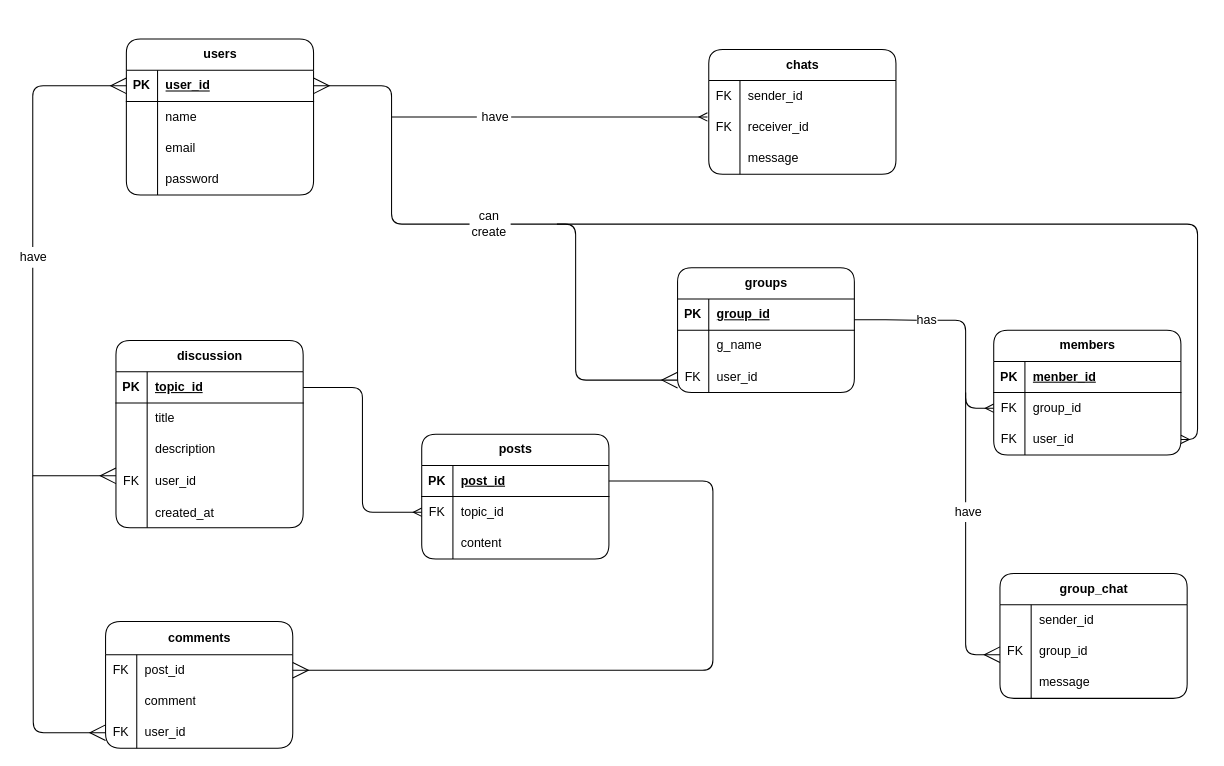
This is page "Page-2" (2 of 3) of Er.drawio from chetan-v/check, a draw.io file, before an edit. Source tidied: cells renumbered, new cells numbered last; positions are measured from the earlier drawing's top-left corner, leaving out a move shared by most shapes. Both pictures are drawn from the tidied source at 104%, with x=0, y=0 at pixel (32, 38).
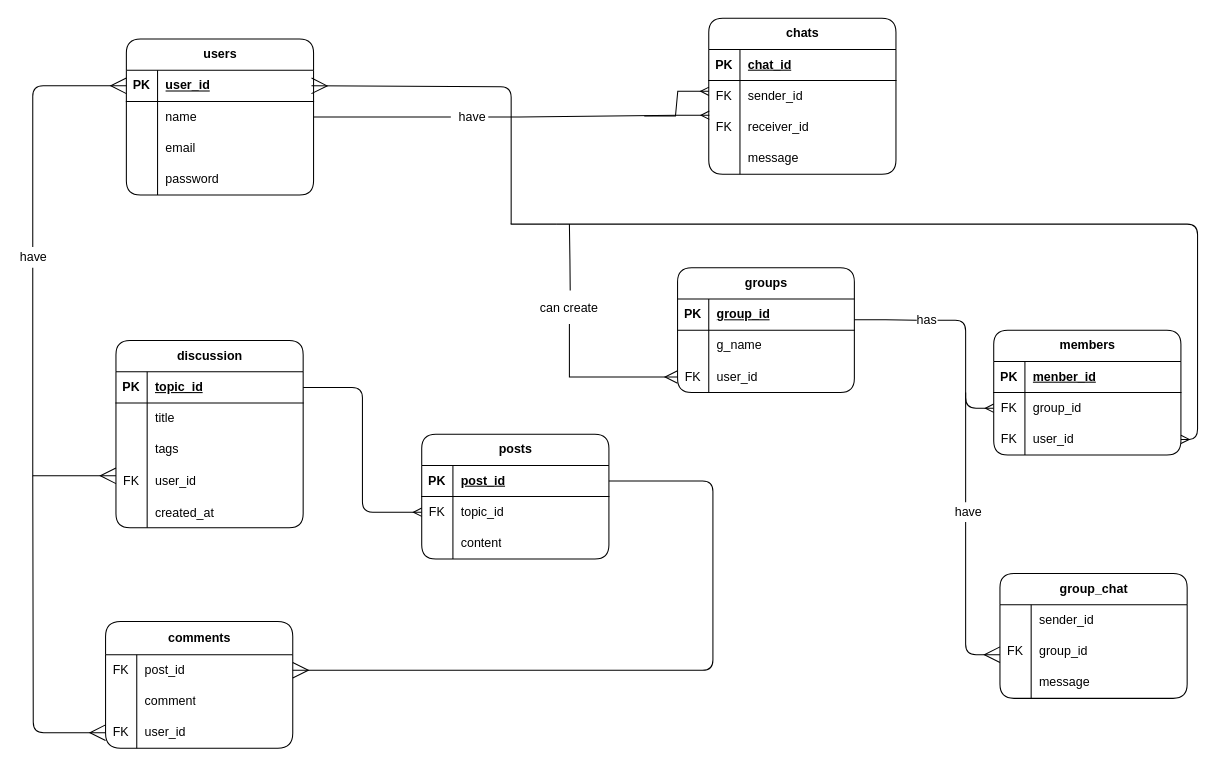
Above is the later version.

The change refers to these unchanged cells:
```xml
<mxCell id="3" style="shape=tableRow;horizontal=0;startSize=0;swimlaneHead=0;swimlaneBody=0;fillColor=none;points=[[0,0.5],[1,0.5]];portConstraint=eastwest;top=0;left=0;right=0;bottom=1;" parent="2" vertex="1">
  <mxGeometry y="30" width="180" height="30" as="geometry" />
</mxCell>
<mxCell id="6" style="shape=tableRow;horizontal=0;startSize=0;swimlaneHead=0;swimlaneBody=0;fillColor=none;points=[[0,0.5],[1,0.5]];portConstraint=eastwest;top=0;left=0;right=0;bottom=0;" parent="2" vertex="1">
  <mxGeometry y="60" width="180" height="30" as="geometry" />
</mxCell>
<mxCell id="52" style="shape=tableRow;horizontal=0;startSize=0;swimlaneHead=0;swimlaneBody=0;fillColor=none;points=[[0,0.5],[1,0.5]];portConstraint=eastwest;top=0;left=0;right=0;bottom=0;" parent="45" vertex="1">
  <mxGeometry y="90" width="170" height="30" as="geometry" />
</mxCell>
<mxCell id="64" style="shape=tableRow;horizontal=0;startSize=0;swimlaneHead=0;swimlaneBody=0;fillColor=none;top=0;left=0;right=0;bottom=0;" parent="57" vertex="1">
  <mxGeometry y="90" width="180" height="30" as="geometry" />
</mxCell>
```

Diff of the diagram source:
```diff
@@
     <mxCell id="15" value="chats" style="shape=table;startSize=30;childLayout=tableLayout;rowLines=0;fontStyle=1;align=center;html=1;rounded=1;swimlaneLine=1;shadow=0;" parent="1" vertex="1">
-      <mxGeometry x="650" y="10" width="180" height="120" as="geometry" />
+      <mxGeometry x="650" y="-20" width="180" height="150" as="geometry" />
     </mxCell>
+    <mxCell id="111" style="shape=tableRow;horizontal=0;startSize=0;swimlaneHead=0;swimlaneBody=0;fillColor=none;top=0;left=0;right=0;bottom=1;" parent="15" vertex="1">
+      <mxGeometry y="30" width="180" height="30" as="geometry" />
+    </mxCell>
+    <mxCell id="112" value="PK" style="shape=partialRectangle;fillColor=none;top=0;left=0;bottom=0;right=0;fontStyle=1;overflow=hidden;whiteSpace=wrap;html=1;" parent="111" vertex="1">
+      <mxGeometry width="30" height="30" as="geometry" />
+    </mxCell>
+    <mxCell id="113" value="chat_id" style="shape=partialRectangle;fillColor=none;top=0;left=0;bottom=0;right=0;align=left;spacingLeft=6;fontStyle=5;overflow=hidden;whiteSpace=wrap;html=1;" parent="111" vertex="1">
+      <mxGeometry x="30" width="150" height="30" as="geometry" />
+    </mxCell>
     <mxCell id="16" style="shape=tableRow;horizontal=0;startSize=0;swimlaneHead=0;swimlaneBody=0;fillColor=none;top=0;left=0;right=0;bottom=0;" parent="15" vertex="1">
-      <mxGeometry y="30" width="180" height="30" as="geometry" />
+      <mxGeometry y="60" width="180" height="30" as="geometry" />
     </mxCell>
@@
     <mxCell id="19" style="shape=tableRow;horizontal=0;startSize=0;swimlaneHead=0;swimlaneBody=0;fillColor=none;points=[[0,0.5],[1,0.5]];portConstraint=eastwest;top=0;left=0;right=0;bottom=0;" parent="15" vertex="1">
-      <mxGeometry y="60" width="180" height="30" as="geometry" />
+      <mxGeometry y="90" width="180" height="30" as="geometry" />
     </mxCell>
@@
     <mxCell id="22" style="shape=tableRow;horizontal=0;startSize=0;swimlaneHead=0;swimlaneBody=0;fillColor=none;top=0;left=0;right=0;bottom=0;" parent="15" vertex="1">
-      <mxGeometry y="90" width="180" height="30" as="geometry" />
+      <mxGeometry y="120" width="180" height="30" as="geometry" />
     </mxCell>
@@
-    <mxCell id="55" style="fontSize=12;html=1;endArrow=ERmany;rounded=1;endFill=0;exitX=1;exitY=0.5;exitDx=0;exitDy=0;endSize=13;startArrow=none;startFill=0;startSize=13;" parent="1" edge="1">
-      <mxGeometry relative="1" as="geometry">
-        <mxPoint x="459.5" y="178" as="sourcePoint" />
-        <mxPoint x="620" y="328" as="targetPoint" />
-        <Array as="points">
-          <mxPoint x="522" y="178" />
-          <mxPoint x="522" y="328" />
-        </Array>
-      </mxGeometry>
-    </mxCell>
@@
-    <mxCell id="66" value="description" style="shape=partialRectangle;fillColor=none;top=0;left=0;bottom=0;right=0;align=left;spacingLeft=6;overflow=hidden;whiteSpace=wrap;html=1;" parent="64" vertex="1">
+    <mxCell id="66" value="tags" style="shape=partialRectangle;fillColor=none;top=0;left=0;bottom=0;right=0;align=left;spacingLeft=6;overflow=hidden;whiteSpace=wrap;html=1;" parent="64" vertex="1">
       <mxGeometry x="30" width="150" height="30" as="geometry" />
     </mxCell>
@@
-    <mxCell id="78" style="edgeStyle=entityRelationEdgeStyle;fontSize=12;html=1;endArrow=ERmany;rounded=0;exitX=1;exitY=0.5;exitDx=0;exitDy=0;entryX=-0.007;entryY=0.165;entryDx=0;entryDy=0;entryPerimeter=0;" parent="1" edge="1" source="80" target="19">
+    <mxCell id="78" style="edgeStyle=entityRelationEdgeStyle;fontSize=12;html=1;endArrow=ERmany;rounded=0;exitX=1;exitY=0.5;exitDx=0;exitDy=0;entryX=0.003;entryY=0.11;entryDx=0;entryDy=0;entryPerimeter=0;" parent="1" edge="1" source="80" target="19">
       <mxGeometry relative="1" as="geometry" />
     </mxCell>
-    <mxCell id="79" style="fontSize=12;html=1;endArrow=none;rounded=0;entryX=0;entryY=0.5;entryDx=0;entryDy=0;endFill=0;" parent="1" edge="1">
+    <mxCell id="79" style="fontSize=12;html=1;endArrow=none;rounded=0;endFill=0;exitX=1;exitY=0.5;exitDx=0;exitDy=0;" parent="1" edge="1" source="6">
       <mxGeometry relative="1" as="geometry">
-        <mxPoint x="345" y="75" as="sourcePoint" />
-        <mxPoint x="427" y="75" as="targetPoint" />
+        <mxPoint x="402" y="75" as="targetPoint" />
       </mxGeometry>
     </mxCell>
     <mxCell id="80" value="have" style="text;html=1;strokeColor=none;fillColor=none;align=center;verticalAlign=middle;whiteSpace=wrap;rounded=0;" parent="1" vertex="1">
-      <mxGeometry x="430" y="67.8" width="30" height="14.5" as="geometry" />
+      <mxGeometry x="408" y="67.8" width="30" height="14.5" as="geometry" />
     </mxCell>
-    <mxCell id="81" style="edgeStyle=orthogonalEdgeStyle;fontSize=12;html=1;endArrow=none;rounded=1;endFill=0;exitX=1;exitY=0.5;exitDx=0;exitDy=0;endSize=13;startArrow=ERmany;startFill=0;startSize=13;entryX=0;entryY=0.5;entryDx=0;entryDy=0;" parent="1" edge="1" source="3" target="82">
-      <mxGeometry relative="1" as="geometry" />
+    <mxCell id="81" style="fontSize=12;html=1;endArrow=none;rounded=1;endFill=0;exitX=1;exitY=0.5;exitDx=0;exitDy=0;endSize=13;startArrow=ERmany;startFill=0;startSize=13;" parent="1" edge="1">
+      <mxGeometry relative="1" as="geometry">
+        <mxPoint x="268" y="45" as="sourcePoint" />
+        <mxPoint x="460" y="178" as="targetPoint" />
+        <Array as="points">
+          <mxPoint x="460" y="46" />
+        </Array>
+      </mxGeometry>
     </mxCell>
-    <mxCell id="82" value="can create" style="text;html=1;strokeColor=none;fillColor=none;align=center;verticalAlign=middle;whiteSpace=wrap;rounded=0;" parent="1" vertex="1">
-      <mxGeometry x="420" y="172" width="38" height="12" as="geometry" />
-    </mxCell>
@@
+    <mxCell id="114" style="fontSize=12;html=1;endArrow=none;rounded=1;endFill=0;exitX=1;exitY=0.5;exitDx=0;exitDy=0;endSize=13;startArrow=none;startFill=0;startSize=13;" parent="1" edge="1">
+      <mxGeometry relative="1" as="geometry">
+        <mxPoint x="459.5" y="178" as="sourcePoint" />
+        <mxPoint x="504" y="178" as="targetPoint" />
+      </mxGeometry>
+    </mxCell>
+    <mxCell id="115" style="fontSize=12;html=1;endArrow=ERmany;rounded=0;entryX=0;entryY=0.5;entryDx=0;entryDy=0;endSize=10;edgeStyle=orthogonalEdgeStyle;" parent="1" edge="1" source="82" target="52">
+      <mxGeometry relative="1" as="geometry">
+        <Array as="points">
+          <mxPoint x="516" y="325" />
+        </Array>
+      </mxGeometry>
+    </mxCell>
+    <mxCell id="116" style="fontSize=12;html=1;endArrow=none;rounded=0;entryX=0.513;entryY=-0.07;entryDx=0;entryDy=0;endSize=10;edgeStyle=orthogonalEdgeStyle;endFill=0;entryPerimeter=0;" parent="1" edge="1" target="82">
+      <mxGeometry relative="1" as="geometry">
+        <mxPoint x="516" y="178" as="sourcePoint" />
+      </mxGeometry>
+    </mxCell>
+    <mxCell id="82" value="can create" style="text;html=1;strokeColor=none;fillColor=none;align=center;verticalAlign=middle;whiteSpace=wrap;rounded=0;" parent="1" vertex="1">
+      <mxGeometry x="486" y="244" width="60" height="30" as="geometry" />
+    </mxCell>
+    <mxCell id="117" style="edgeStyle=entityRelationEdgeStyle;fontSize=12;html=1;endArrow=ERmany;rounded=0;entryX=0.001;entryY=0.377;entryDx=0;entryDy=0;entryPerimeter=0;" parent="1" edge="1">
+      <mxGeometry relative="1" as="geometry">
+        <mxPoint x="588" y="74" as="sourcePoint" />
+        <mxPoint x="650.2" y="50.3" as="targetPoint" />
+      </mxGeometry>
+    </mxCell>
```
